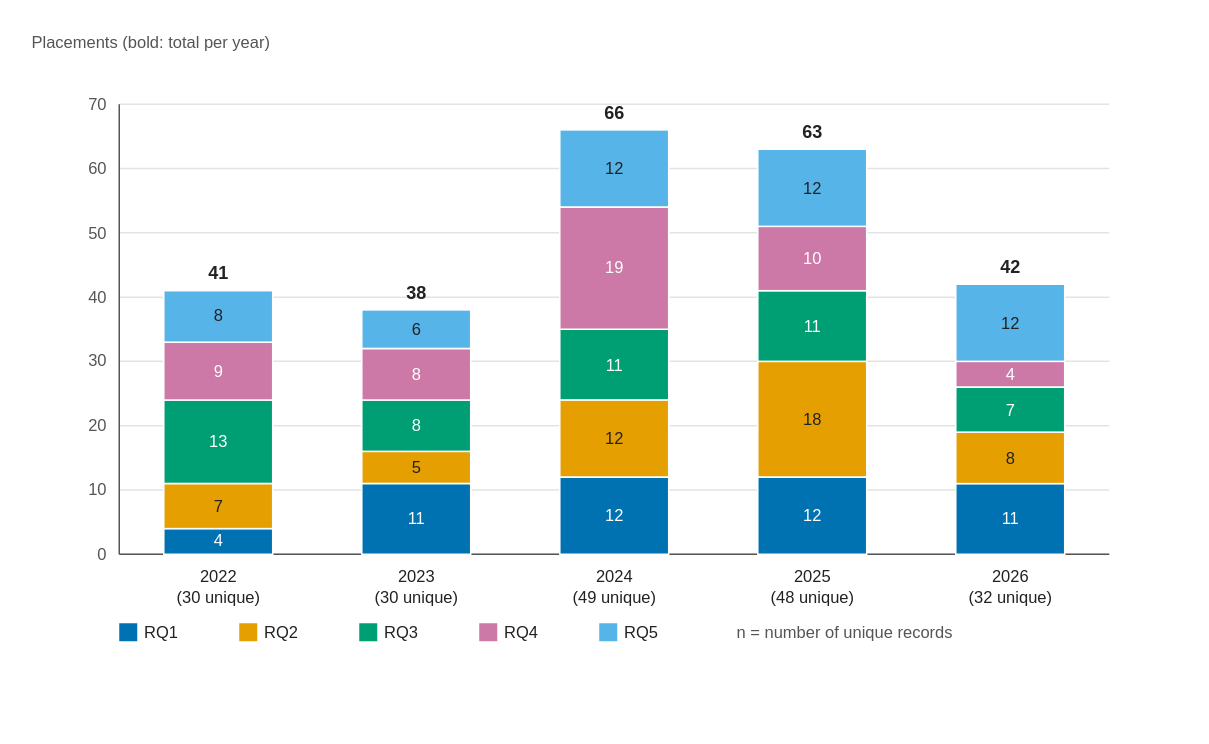
The draw.io diagram figures/fig_bib_1_records_per_year.drawio in egagraha/slr-dataspace, before the edit. Source tidied: cells renumbered, new cells numbered last; positions are measured from the earlier drawing's top-left corner, leaving out a move shared by most shapes. Both pictures are drawn from the tidied source at 150%, with x=0, y=0 at pixel (26, 26).
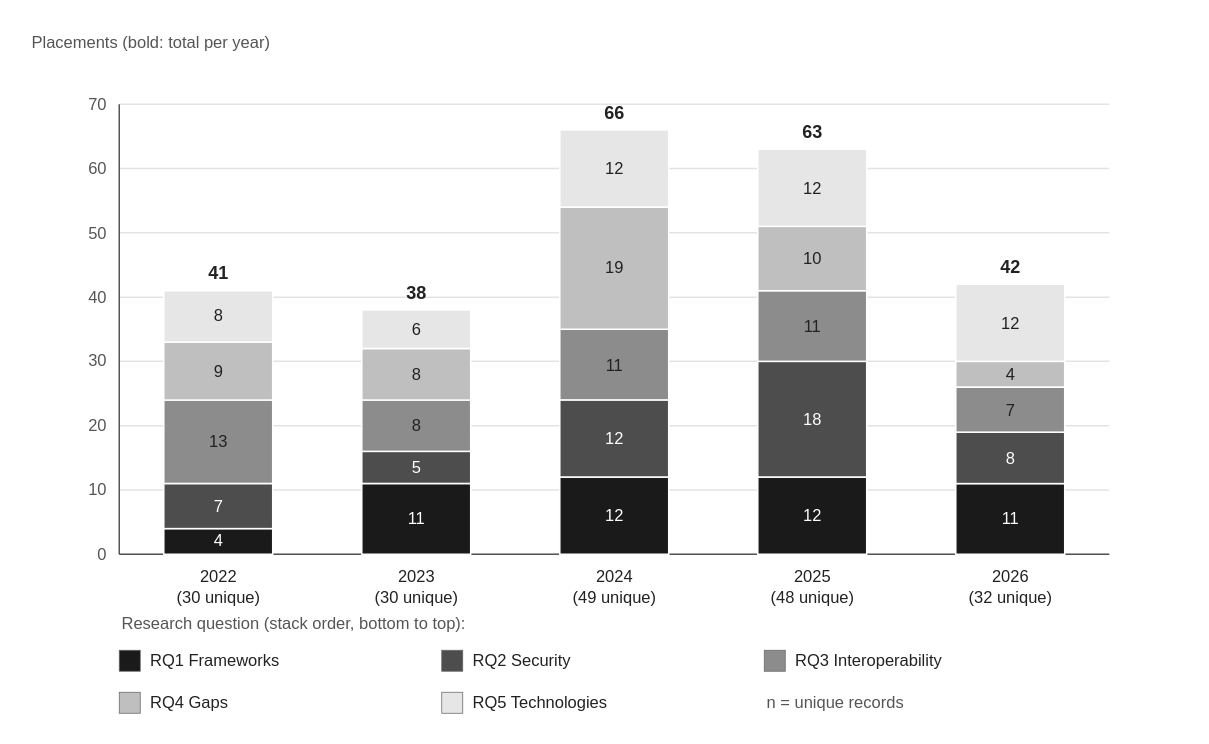
The same page after the edit.

The edit, as a diff of the source:
```diff
@@
-    <mxCell id="20" value="4" style="rounded=0;whiteSpace=wrap;html=1;fillColor=#0072B2;strokeColor=#ffffff;strokeWidth=1;fontFamily=Helvetica;fontSize=11;fontColor=#ffffff;fontStyle=0;align=center;verticalAlign=middle;dashed=0;" parent="1" vertex="1">
+    <mxCell id="20" value="4" style="rounded=0;whiteSpace=wrap;html=1;fillColor=#1A1A1A;strokeColor=#ffffff;strokeWidth=1;fontFamily=Helvetica;fontSize=11;fontColor=#ffffff;fontStyle=0;align=center;verticalAlign=middle;dashed=0;" parent="1" vertex="1">
       <mxGeometry x="91.7" y="334.9" width="72.6" height="17.1" as="geometry" />
     </mxCell>
-    <mxCell id="21" value="7" style="rounded=0;whiteSpace=wrap;html=1;fillColor=#E69F00;strokeColor=#ffffff;strokeWidth=1;fontFamily=Helvetica;fontSize=11;fontColor=#222222;fontStyle=0;align=center;verticalAlign=middle;dashed=0;" parent="1" vertex="1">
+    <mxCell id="21" value="7" style="rounded=0;whiteSpace=wrap;html=1;fillColor=#4D4D4D;strokeColor=#ffffff;strokeWidth=1;fontFamily=Helvetica;fontSize=11;fontColor=#ffffff;fontStyle=0;align=center;verticalAlign=middle;dashed=0;" parent="1" vertex="1">
       <mxGeometry x="91.7" y="304.9" width="72.6" height="30" as="geometry" />
     </mxCell>
-    <mxCell id="22" value="13" style="rounded=0;whiteSpace=wrap;html=1;fillColor=#009E73;strokeColor=#ffffff;strokeWidth=1;fontFamily=Helvetica;fontSize=11;fontColor=#ffffff;fontStyle=0;align=center;verticalAlign=middle;dashed=0;" parent="1" vertex="1">
+    <mxCell id="22" value="13" style="rounded=0;whiteSpace=wrap;html=1;fillColor=#8C8C8C;strokeColor=#ffffff;strokeWidth=1;fontFamily=Helvetica;fontSize=11;fontColor=#222222;fontStyle=0;align=center;verticalAlign=middle;dashed=0;" parent="1" vertex="1">
       <mxGeometry x="91.7" y="249.1" width="72.6" height="55.7" as="geometry" />
     </mxCell>
-    <mxCell id="23" value="9" style="rounded=0;whiteSpace=wrap;html=1;fillColor=#CC79A7;strokeColor=#ffffff;strokeWidth=1;fontFamily=Helvetica;fontSize=11;fontColor=#ffffff;fontStyle=0;align=center;verticalAlign=middle;dashed=0;" parent="1" vertex="1">
+    <mxCell id="23" value="9" style="rounded=0;whiteSpace=wrap;html=1;fillColor=#BFBFBF;strokeColor=#ffffff;strokeWidth=1;fontFamily=Helvetica;fontSize=11;fontColor=#222222;fontStyle=0;align=center;verticalAlign=middle;dashed=0;" parent="1" vertex="1">
       <mxGeometry x="91.7" y="210.6" width="72.6" height="38.6" as="geometry" />
     </mxCell>
-    <mxCell id="24" value="8" style="rounded=0;whiteSpace=wrap;html=1;fillColor=#56B4E9;strokeColor=#ffffff;strokeWidth=1;fontFamily=Helvetica;fontSize=11;fontColor=#222222;fontStyle=0;align=center;verticalAlign=middle;dashed=0;" parent="1" vertex="1">
+    <mxCell id="24" value="8" style="rounded=0;whiteSpace=wrap;html=1;fillColor=#E6E6E6;strokeColor=#ffffff;strokeWidth=1;fontFamily=Helvetica;fontSize=11;fontColor=#222222;fontStyle=0;align=center;verticalAlign=middle;dashed=0;" parent="1" vertex="1">
       <mxGeometry x="91.7" y="176.3" width="72.6" height="34.3" as="geometry" />
     </mxCell>
@@
-    <mxCell id="27" value="11" style="rounded=0;whiteSpace=wrap;html=1;fillColor=#0072B2;strokeColor=#ffffff;strokeWidth=1;fontFamily=Helvetica;fontSize=11;fontColor=#ffffff;fontStyle=0;align=center;verticalAlign=middle;dashed=0;" parent="1" vertex="1">
+    <mxCell id="27" value="11" style="rounded=0;whiteSpace=wrap;html=1;fillColor=#1A1A1A;strokeColor=#ffffff;strokeWidth=1;fontFamily=Helvetica;fontSize=11;fontColor=#ffffff;fontStyle=0;align=center;verticalAlign=middle;dashed=0;" parent="1" vertex="1">
       <mxGeometry x="223.7" y="304.9" width="72.6" height="47.1" as="geometry" />
     </mxCell>
-    <mxCell id="28" value="5" style="rounded=0;whiteSpace=wrap;html=1;fillColor=#E69F00;strokeColor=#ffffff;strokeWidth=1;fontFamily=Helvetica;fontSize=11;fontColor=#222222;fontStyle=0;align=center;verticalAlign=middle;dashed=0;" parent="1" vertex="1">
+    <mxCell id="28" value="5" style="rounded=0;whiteSpace=wrap;html=1;fillColor=#4D4D4D;strokeColor=#ffffff;strokeWidth=1;fontFamily=Helvetica;fontSize=11;fontColor=#ffffff;fontStyle=0;align=center;verticalAlign=middle;dashed=0;" parent="1" vertex="1">
       <mxGeometry x="223.7" y="283.4" width="72.6" height="21.4" as="geometry" />
     </mxCell>
-    <mxCell id="29" value="8" style="rounded=0;whiteSpace=wrap;html=1;fillColor=#009E73;strokeColor=#ffffff;strokeWidth=1;fontFamily=Helvetica;fontSize=11;fontColor=#ffffff;fontStyle=0;align=center;verticalAlign=middle;dashed=0;" parent="1" vertex="1">
+    <mxCell id="29" value="8" style="rounded=0;whiteSpace=wrap;html=1;fillColor=#8C8C8C;strokeColor=#ffffff;strokeWidth=1;fontFamily=Helvetica;fontSize=11;fontColor=#222222;fontStyle=0;align=center;verticalAlign=middle;dashed=0;" parent="1" vertex="1">
       <mxGeometry x="223.7" y="249.1" width="72.6" height="34.3" as="geometry" />
     </mxCell>
-    <mxCell id="30" value="8" style="rounded=0;whiteSpace=wrap;html=1;fillColor=#CC79A7;strokeColor=#ffffff;strokeWidth=1;fontFamily=Helvetica;fontSize=11;fontColor=#ffffff;fontStyle=0;align=center;verticalAlign=middle;dashed=0;" parent="1" vertex="1">
+    <mxCell id="30" value="8" style="rounded=0;whiteSpace=wrap;html=1;fillColor=#BFBFBF;strokeColor=#ffffff;strokeWidth=1;fontFamily=Helvetica;fontSize=11;fontColor=#222222;fontStyle=0;align=center;verticalAlign=middle;dashed=0;" parent="1" vertex="1">
       <mxGeometry x="223.7" y="214.9" width="72.6" height="34.3" as="geometry" />
     </mxCell>
-    <mxCell id="31" value="6" style="rounded=0;whiteSpace=wrap;html=1;fillColor=#56B4E9;strokeColor=#ffffff;strokeWidth=1;fontFamily=Helvetica;fontSize=11;fontColor=#222222;fontStyle=0;align=center;verticalAlign=middle;dashed=0;" parent="1" vertex="1">
+    <mxCell id="31" value="6" style="rounded=0;whiteSpace=wrap;html=1;fillColor=#E6E6E6;strokeColor=#ffffff;strokeWidth=1;fontFamily=Helvetica;fontSize=11;fontColor=#222222;fontStyle=0;align=center;verticalAlign=middle;dashed=0;" parent="1" vertex="1">
       <mxGeometry x="223.7" y="189.1" width="72.6" height="25.7" as="geometry" />
     </mxCell>
@@
-    <mxCell id="34" value="12" style="rounded=0;whiteSpace=wrap;html=1;fillColor=#0072B2;strokeColor=#ffffff;strokeWidth=1;fontFamily=Helvetica;fontSize=11;fontColor=#ffffff;fontStyle=0;align=center;verticalAlign=middle;dashed=0;" parent="1" vertex="1">
+    <mxCell id="34" value="12" style="rounded=0;whiteSpace=wrap;html=1;fillColor=#1A1A1A;strokeColor=#ffffff;strokeWidth=1;fontFamily=Helvetica;fontSize=11;fontColor=#ffffff;fontStyle=0;align=center;verticalAlign=middle;dashed=0;" parent="1" vertex="1">
       <mxGeometry x="355.7" y="300.6" width="72.6" height="51.4" as="geometry" />
     </mxCell>
-    <mxCell id="35" value="12" style="rounded=0;whiteSpace=wrap;html=1;fillColor=#E69F00;strokeColor=#ffffff;strokeWidth=1;fontFamily=Helvetica;fontSize=11;fontColor=#222222;fontStyle=0;align=center;verticalAlign=middle;dashed=0;" parent="1" vertex="1">
+    <mxCell id="35" value="12" style="rounded=0;whiteSpace=wrap;html=1;fillColor=#4D4D4D;strokeColor=#ffffff;strokeWidth=1;fontFamily=Helvetica;fontSize=11;fontColor=#ffffff;fontStyle=0;align=center;verticalAlign=middle;dashed=0;" parent="1" vertex="1">
       <mxGeometry x="355.7" y="249.1" width="72.6" height="51.4" as="geometry" />
     </mxCell>
-    <mxCell id="36" value="11" style="rounded=0;whiteSpace=wrap;html=1;fillColor=#009E73;strokeColor=#ffffff;strokeWidth=1;fontFamily=Helvetica;fontSize=11;fontColor=#ffffff;fontStyle=0;align=center;verticalAlign=middle;dashed=0;" parent="1" vertex="1">
+    <mxCell id="36" value="11" style="rounded=0;whiteSpace=wrap;html=1;fillColor=#8C8C8C;strokeColor=#ffffff;strokeWidth=1;fontFamily=Helvetica;fontSize=11;fontColor=#222222;fontStyle=0;align=center;verticalAlign=middle;dashed=0;" parent="1" vertex="1">
       <mxGeometry x="355.7" y="202" width="72.6" height="47.1" as="geometry" />
     </mxCell>
-    <mxCell id="37" value="19" style="rounded=0;whiteSpace=wrap;html=1;fillColor=#CC79A7;strokeColor=#ffffff;strokeWidth=1;fontFamily=Helvetica;fontSize=11;fontColor=#ffffff;fontStyle=0;align=center;verticalAlign=middle;dashed=0;" parent="1" vertex="1">
+    <mxCell id="37" value="19" style="rounded=0;whiteSpace=wrap;html=1;fillColor=#BFBFBF;strokeColor=#ffffff;strokeWidth=1;fontFamily=Helvetica;fontSize=11;fontColor=#222222;fontStyle=0;align=center;verticalAlign=middle;dashed=0;" parent="1" vertex="1">
       <mxGeometry x="355.7" y="120.6" width="72.6" height="81.4" as="geometry" />
     </mxCell>
-    <mxCell id="38" value="12" style="rounded=0;whiteSpace=wrap;html=1;fillColor=#56B4E9;strokeColor=#ffffff;strokeWidth=1;fontFamily=Helvetica;fontSize=11;fontColor=#222222;fontStyle=0;align=center;verticalAlign=middle;dashed=0;" parent="1" vertex="1">
+    <mxCell id="38" value="12" style="rounded=0;whiteSpace=wrap;html=1;fillColor=#E6E6E6;strokeColor=#ffffff;strokeWidth=1;fontFamily=Helvetica;fontSize=11;fontColor=#222222;fontStyle=0;align=center;verticalAlign=middle;dashed=0;" parent="1" vertex="1">
       <mxGeometry x="355.7" y="69.1" width="72.6" height="51.4" as="geometry" />
     </mxCell>
@@
-    <mxCell id="41" value="12" style="rounded=0;whiteSpace=wrap;html=1;fillColor=#0072B2;strokeColor=#ffffff;strokeWidth=1;fontFamily=Helvetica;fontSize=11;fontColor=#ffffff;fontStyle=0;align=center;verticalAlign=middle;dashed=0;" parent="1" vertex="1">
+    <mxCell id="41" value="12" style="rounded=0;whiteSpace=wrap;html=1;fillColor=#1A1A1A;strokeColor=#ffffff;strokeWidth=1;fontFamily=Helvetica;fontSize=11;fontColor=#ffffff;fontStyle=0;align=center;verticalAlign=middle;dashed=0;" parent="1" vertex="1">
       <mxGeometry x="487.7" y="300.6" width="72.6" height="51.4" as="geometry" />
     </mxCell>
-    <mxCell id="42" value="18" style="rounded=0;whiteSpace=wrap;html=1;fillColor=#E69F00;strokeColor=#ffffff;strokeWidth=1;fontFamily=Helvetica;fontSize=11;fontColor=#222222;fontStyle=0;align=center;verticalAlign=middle;dashed=0;" parent="1" vertex="1">
+    <mxCell id="42" value="18" style="rounded=0;whiteSpace=wrap;html=1;fillColor=#4D4D4D;strokeColor=#ffffff;strokeWidth=1;fontFamily=Helvetica;fontSize=11;fontColor=#ffffff;fontStyle=0;align=center;verticalAlign=middle;dashed=0;" parent="1" vertex="1">
       <mxGeometry x="487.7" y="223.4" width="72.6" height="77.1" as="geometry" />
     </mxCell>
-    <mxCell id="43" value="11" style="rounded=0;whiteSpace=wrap;html=1;fillColor=#009E73;strokeColor=#ffffff;strokeWidth=1;fontFamily=Helvetica;fontSize=11;fontColor=#ffffff;fontStyle=0;align=center;verticalAlign=middle;dashed=0;" parent="1" vertex="1">
+    <mxCell id="43" value="11" style="rounded=0;whiteSpace=wrap;html=1;fillColor=#8C8C8C;strokeColor=#ffffff;strokeWidth=1;fontFamily=Helvetica;fontSize=11;fontColor=#222222;fontStyle=0;align=center;verticalAlign=middle;dashed=0;" parent="1" vertex="1">
       <mxGeometry x="487.7" y="176.3" width="72.6" height="47.1" as="geometry" />
     </mxCell>
-    <mxCell id="44" value="10" style="rounded=0;whiteSpace=wrap;html=1;fillColor=#CC79A7;strokeColor=#ffffff;strokeWidth=1;fontFamily=Helvetica;fontSize=11;fontColor=#ffffff;fontStyle=0;align=center;verticalAlign=middle;dashed=0;" parent="1" vertex="1">
+    <mxCell id="44" value="10" style="rounded=0;whiteSpace=wrap;html=1;fillColor=#BFBFBF;strokeColor=#ffffff;strokeWidth=1;fontFamily=Helvetica;fontSize=11;fontColor=#222222;fontStyle=0;align=center;verticalAlign=middle;dashed=0;" parent="1" vertex="1">
       <mxGeometry x="487.7" y="133.4" width="72.6" height="42.9" as="geometry" />
     </mxCell>
-    <mxCell id="45" value="12" style="rounded=0;whiteSpace=wrap;html=1;fillColor=#56B4E9;strokeColor=#ffffff;strokeWidth=1;fontFamily=Helvetica;fontSize=11;fontColor=#222222;fontStyle=0;align=center;verticalAlign=middle;dashed=0;" parent="1" vertex="1">
+    <mxCell id="45" value="12" style="rounded=0;whiteSpace=wrap;html=1;fillColor=#E6E6E6;strokeColor=#ffffff;strokeWidth=1;fontFamily=Helvetica;fontSize=11;fontColor=#222222;fontStyle=0;align=center;verticalAlign=middle;dashed=0;" parent="1" vertex="1">
       <mxGeometry x="487.7" y="82" width="72.6" height="51.4" as="geometry" />
     </mxCell>
@@
-    <mxCell id="48" value="11" style="rounded=0;whiteSpace=wrap;html=1;fillColor=#0072B2;strokeColor=#ffffff;strokeWidth=1;fontFamily=Helvetica;fontSize=11;fontColor=#ffffff;fontStyle=0;align=center;verticalAlign=middle;dashed=0;" parent="1" vertex="1">
+    <mxCell id="48" value="11" style="rounded=0;whiteSpace=wrap;html=1;fillColor=#1A1A1A;strokeColor=#ffffff;strokeWidth=1;fontFamily=Helvetica;fontSize=11;fontColor=#ffffff;fontStyle=0;align=center;verticalAlign=middle;dashed=0;" parent="1" vertex="1">
       <mxGeometry x="619.7" y="304.9" width="72.6" height="47.1" as="geometry" />
     </mxCell>
-    <mxCell id="49" value="8" style="rounded=0;whiteSpace=wrap;html=1;fillColor=#E69F00;strokeColor=#ffffff;strokeWidth=1;fontFamily=Helvetica;fontSize=11;fontColor=#222222;fontStyle=0;align=center;verticalAlign=middle;dashed=0;" parent="1" vertex="1">
+    <mxCell id="49" value="8" style="rounded=0;whiteSpace=wrap;html=1;fillColor=#4D4D4D;strokeColor=#ffffff;strokeWidth=1;fontFamily=Helvetica;fontSize=11;fontColor=#ffffff;fontStyle=0;align=center;verticalAlign=middle;dashed=0;" parent="1" vertex="1">
       <mxGeometry x="619.7" y="270.6" width="72.6" height="34.3" as="geometry" />
     </mxCell>
-    <mxCell id="50" value="7" style="rounded=0;whiteSpace=wrap;html=1;fillColor=#009E73;strokeColor=#ffffff;strokeWidth=1;fontFamily=Helvetica;fontSize=11;fontColor=#ffffff;fontStyle=0;align=center;verticalAlign=middle;dashed=0;" parent="1" vertex="1">
+    <mxCell id="50" value="7" style="rounded=0;whiteSpace=wrap;html=1;fillColor=#8C8C8C;strokeColor=#ffffff;strokeWidth=1;fontFamily=Helvetica;fontSize=11;fontColor=#222222;fontStyle=0;align=center;verticalAlign=middle;dashed=0;" parent="1" vertex="1">
       <mxGeometry x="619.7" y="240.6" width="72.6" height="30" as="geometry" />
     </mxCell>
-    <mxCell id="51" value="4" style="rounded=0;whiteSpace=wrap;html=1;fillColor=#CC79A7;strokeColor=#ffffff;strokeWidth=1;fontFamily=Helvetica;fontSize=11;fontColor=#ffffff;fontStyle=0;align=center;verticalAlign=middle;dashed=0;" parent="1" vertex="1">
+    <mxCell id="51" value="4" style="rounded=0;whiteSpace=wrap;html=1;fillColor=#BFBFBF;strokeColor=#ffffff;strokeWidth=1;fontFamily=Helvetica;fontSize=11;fontColor=#222222;fontStyle=0;align=center;verticalAlign=middle;dashed=0;" parent="1" vertex="1">
       <mxGeometry x="619.7" y="223.4" width="72.6" height="17.1" as="geometry" />
     </mxCell>
-    <mxCell id="52" value="12" style="rounded=0;whiteSpace=wrap;html=1;fillColor=#56B4E9;strokeColor=#ffffff;strokeWidth=1;fontFamily=Helvetica;fontSize=11;fontColor=#222222;fontStyle=0;align=center;verticalAlign=middle;dashed=0;" parent="1" vertex="1">
+    <mxCell id="52" value="12" style="rounded=0;whiteSpace=wrap;html=1;fillColor=#E6E6E6;strokeColor=#ffffff;strokeWidth=1;fontFamily=Helvetica;fontSize=11;fontColor=#222222;fontStyle=0;align=center;verticalAlign=middle;dashed=0;" parent="1" vertex="1">
       <mxGeometry x="619.7" y="172" width="72.6" height="51.4" as="geometry" />
     </mxCell>
@@
-    <mxCell id="57" style="rounded=0;whiteSpace=wrap;html=1;fillColor=#0072B2;strokeColor=none;strokeWidth=1;fontFamily=Helvetica;fontSize=12;fontColor=#222222;fontStyle=0;align=center;verticalAlign=middle;dashed=0;" parent="1" vertex="1">
-      <mxGeometry x="62" y="398" width="12" height="12" as="geometry" />
+    <mxCell id="57" value="Research question (stack order, bottom to top):" style="text;html=1;strokeColor=none;fillColor=none;fontFamily=Helvetica;fontSize=11;fontColor=#555555;fontStyle=0;align=left;verticalAlign=middle;whiteSpace=wrap;rotation=0;" parent="1" vertex="1">
+      <mxGeometry x="62" y="388" width="300" height="20" as="geometry" />
     </mxCell>
-    <mxCell id="58" value="RQ1" style="text;html=1;strokeColor=none;fillColor=none;fontFamily=Helvetica;fontSize=11;fontColor=#222222;fontStyle=0;align=left;verticalAlign=middle;whiteSpace=wrap;rotation=0;" parent="1" vertex="1">
-      <mxGeometry x="77" y="394" width="70" height="20" as="geometry" />
+    <mxCell id="58" style="rounded=0;whiteSpace=wrap;html=1;fillColor=#1A1A1A;strokeColor=#666666;strokeWidth=0.5;fontFamily=Helvetica;fontSize=12;fontColor=#222222;fontStyle=0;align=center;verticalAlign=middle;dashed=0;" parent="1" vertex="1">
+      <mxGeometry x="62" y="416" width="14" height="14" as="geometry" />
     </mxCell>
-    <mxCell id="59" style="rounded=0;whiteSpace=wrap;html=1;fillColor=#E69F00;strokeColor=none;strokeWidth=1;fontFamily=Helvetica;fontSize=12;fontColor=#222222;fontStyle=0;align=center;verticalAlign=middle;dashed=0;" parent="1" vertex="1">
-      <mxGeometry x="142" y="398" width="12" height="12" as="geometry" />
+    <mxCell id="59" value="RQ1 Frameworks" style="text;html=1;strokeColor=none;fillColor=none;fontFamily=Helvetica;fontSize=11;fontColor=#222222;fontStyle=0;align=left;verticalAlign=middle;whiteSpace=wrap;rotation=0;" parent="1" vertex="1">
+      <mxGeometry x="81" y="412" width="190" height="22" as="geometry" />
     </mxCell>
-    <mxCell id="60" value="RQ2" style="text;html=1;strokeColor=none;fillColor=none;fontFamily=Helvetica;fontSize=11;fontColor=#222222;fontStyle=0;align=left;verticalAlign=middle;whiteSpace=wrap;rotation=0;" parent="1" vertex="1">
-      <mxGeometry x="157" y="394" width="70" height="20" as="geometry" />
+    <mxCell id="60" style="rounded=0;whiteSpace=wrap;html=1;fillColor=#4D4D4D;strokeColor=#666666;strokeWidth=0.5;fontFamily=Helvetica;fontSize=12;fontColor=#222222;fontStyle=0;align=center;verticalAlign=middle;dashed=0;" parent="1" vertex="1">
+      <mxGeometry x="277" y="416" width="14" height="14" as="geometry" />
     </mxCell>
-    <mxCell id="61" style="rounded=0;whiteSpace=wrap;html=1;fillColor=#009E73;strokeColor=none;strokeWidth=1;fontFamily=Helvetica;fontSize=12;fontColor=#222222;fontStyle=0;align=center;verticalAlign=middle;dashed=0;" parent="1" vertex="1">
-      <mxGeometry x="222" y="398" width="12" height="12" as="geometry" />
+    <mxCell id="61" value="RQ2 Security" style="text;html=1;strokeColor=none;fillColor=none;fontFamily=Helvetica;fontSize=11;fontColor=#222222;fontStyle=0;align=left;verticalAlign=middle;whiteSpace=wrap;rotation=0;" parent="1" vertex="1">
+      <mxGeometry x="296" y="412" width="190" height="22" as="geometry" />
     </mxCell>
-    <mxCell id="62" value="RQ3" style="text;html=1;strokeColor=none;fillColor=none;fontFamily=Helvetica;fontSize=11;fontColor=#222222;fontStyle=0;align=left;verticalAlign=middle;whiteSpace=wrap;rotation=0;" parent="1" vertex="1">
-      <mxGeometry x="237" y="394" width="70" height="20" as="geometry" />
+    <mxCell id="62" style="rounded=0;whiteSpace=wrap;html=1;fillColor=#8C8C8C;strokeColor=#666666;strokeWidth=0.5;fontFamily=Helvetica;fontSize=12;fontColor=#222222;fontStyle=0;align=center;verticalAlign=middle;dashed=0;" parent="1" vertex="1">
+      <mxGeometry x="492" y="416" width="14" height="14" as="geometry" />
     </mxCell>
-    <mxCell id="63" style="rounded=0;whiteSpace=wrap;html=1;fillColor=#CC79A7;strokeColor=none;strokeWidth=1;fontFamily=Helvetica;fontSize=12;fontColor=#222222;fontStyle=0;align=center;verticalAlign=middle;dashed=0;" parent="1" vertex="1">
-      <mxGeometry x="302" y="398" width="12" height="12" as="geometry" />
+    <mxCell id="63" value="RQ3 Interoperability" style="text;html=1;strokeColor=none;fillColor=none;fontFamily=Helvetica;fontSize=11;fontColor=#222222;fontStyle=0;align=left;verticalAlign=middle;whiteSpace=wrap;rotation=0;" parent="1" vertex="1">
+      <mxGeometry x="511" y="412" width="190" height="22" as="geometry" />
     </mxCell>
-    <mxCell id="64" value="RQ4" style="text;html=1;strokeColor=none;fillColor=none;fontFamily=Helvetica;fontSize=11;fontColor=#222222;fontStyle=0;align=left;verticalAlign=middle;whiteSpace=wrap;rotation=0;" parent="1" vertex="1">
-      <mxGeometry x="317" y="394" width="70" height="20" as="geometry" />
+    <mxCell id="64" style="rounded=0;whiteSpace=wrap;html=1;fillColor=#BFBFBF;strokeColor=#666666;strokeWidth=0.5;fontFamily=Helvetica;fontSize=12;fontColor=#222222;fontStyle=0;align=center;verticalAlign=middle;dashed=0;" parent="1" vertex="1">
+      <mxGeometry x="62" y="444" width="14" height="14" as="geometry" />
     </mxCell>
-    <mxCell id="65" style="rounded=0;whiteSpace=wrap;html=1;fillColor=#56B4E9;strokeColor=none;strokeWidth=1;fontFamily=Helvetica;fontSize=12;fontColor=#222222;fontStyle=0;align=center;verticalAlign=middle;dashed=0;" parent="1" vertex="1">
-      <mxGeometry x="382" y="398" width="12" height="12" as="geometry" />
+    <mxCell id="65" value="RQ4 Gaps" style="text;html=1;strokeColor=none;fillColor=none;fontFamily=Helvetica;fontSize=11;fontColor=#222222;fontStyle=0;align=left;verticalAlign=middle;whiteSpace=wrap;rotation=0;" parent="1" vertex="1">
+      <mxGeometry x="81" y="440" width="190" height="22" as="geometry" />
     </mxCell>
-    <mxCell id="66" value="RQ5" style="text;html=1;strokeColor=none;fillColor=none;fontFamily=Helvetica;fontSize=11;fontColor=#222222;fontStyle=0;align=left;verticalAlign=middle;whiteSpace=wrap;rotation=0;" parent="1" vertex="1">
-      <mxGeometry x="397" y="394" width="70" height="20" as="geometry" />
+    <mxCell id="66" style="rounded=0;whiteSpace=wrap;html=1;fillColor=#E6E6E6;strokeColor=#666666;strokeWidth=0.5;fontFamily=Helvetica;fontSize=12;fontColor=#222222;fontStyle=0;align=center;verticalAlign=middle;dashed=0;" parent="1" vertex="1">
+      <mxGeometry x="277" y="444" width="14" height="14" as="geometry" />
     </mxCell>
-    <mxCell id="67" value="n = number of unique records" style="text;html=1;strokeColor=none;fillColor=none;fontFamily=Helvetica;fontSize=11;fontColor=#555555;fontStyle=0;align=left;verticalAlign=middle;whiteSpace=wrap;rotation=0;" parent="1" vertex="1">
-      <mxGeometry x="472" y="394" width="300" height="20" as="geometry" />
+    <mxCell id="67" value="RQ5 Technologies" style="text;html=1;strokeColor=none;fillColor=none;fontFamily=Helvetica;fontSize=11;fontColor=#222222;fontStyle=0;align=left;verticalAlign=middle;whiteSpace=wrap;rotation=0;" parent="1" vertex="1">
+      <mxGeometry x="296" y="440" width="190" height="22" as="geometry" />
     </mxCell>
+    <mxCell id="68" value="n = unique records" style="text;html=1;strokeColor=none;fillColor=none;fontFamily=Helvetica;fontSize=11;fontColor=#555555;fontStyle=0;align=left;verticalAlign=middle;whiteSpace=wrap;rotation=0;" parent="1" vertex="1">
+      <mxGeometry x="492" y="440" width="280" height="22" as="geometry" />
+    </mxCell>
```
